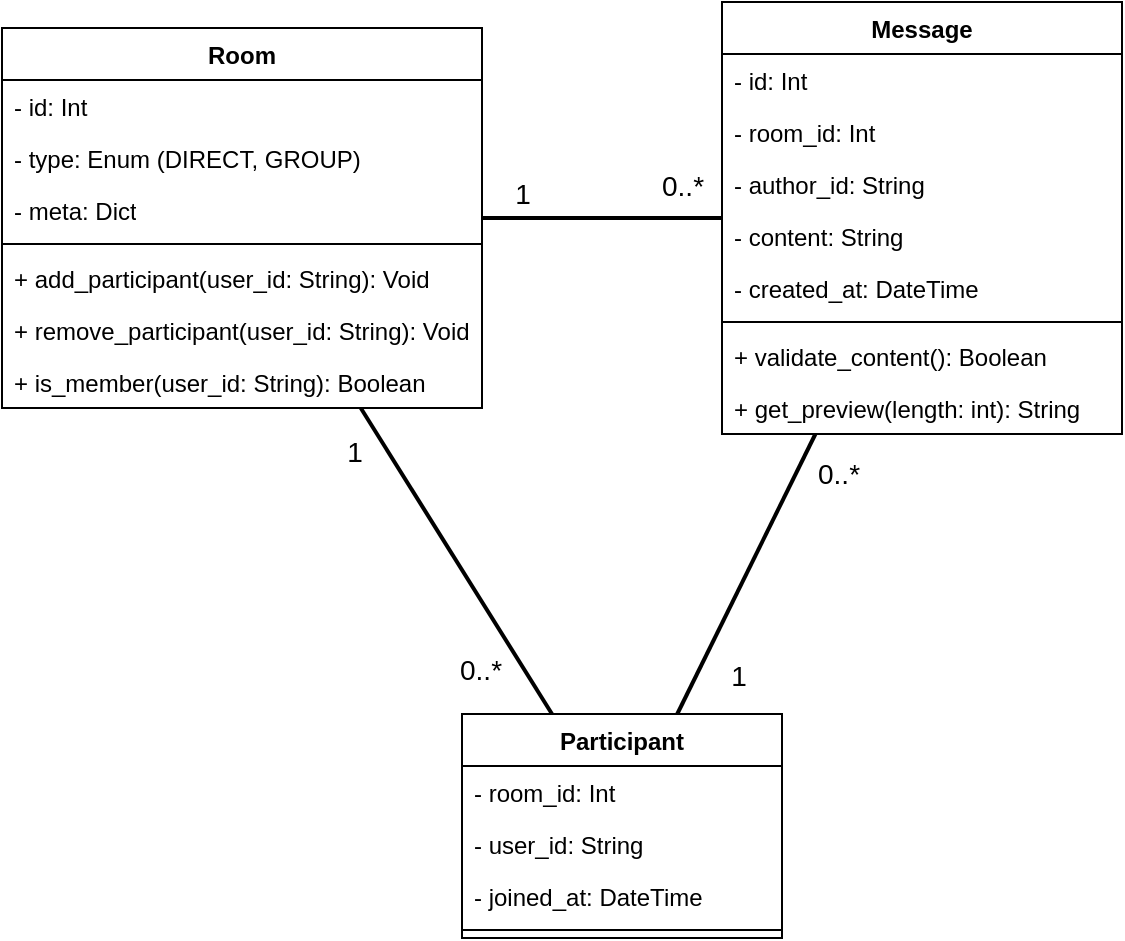
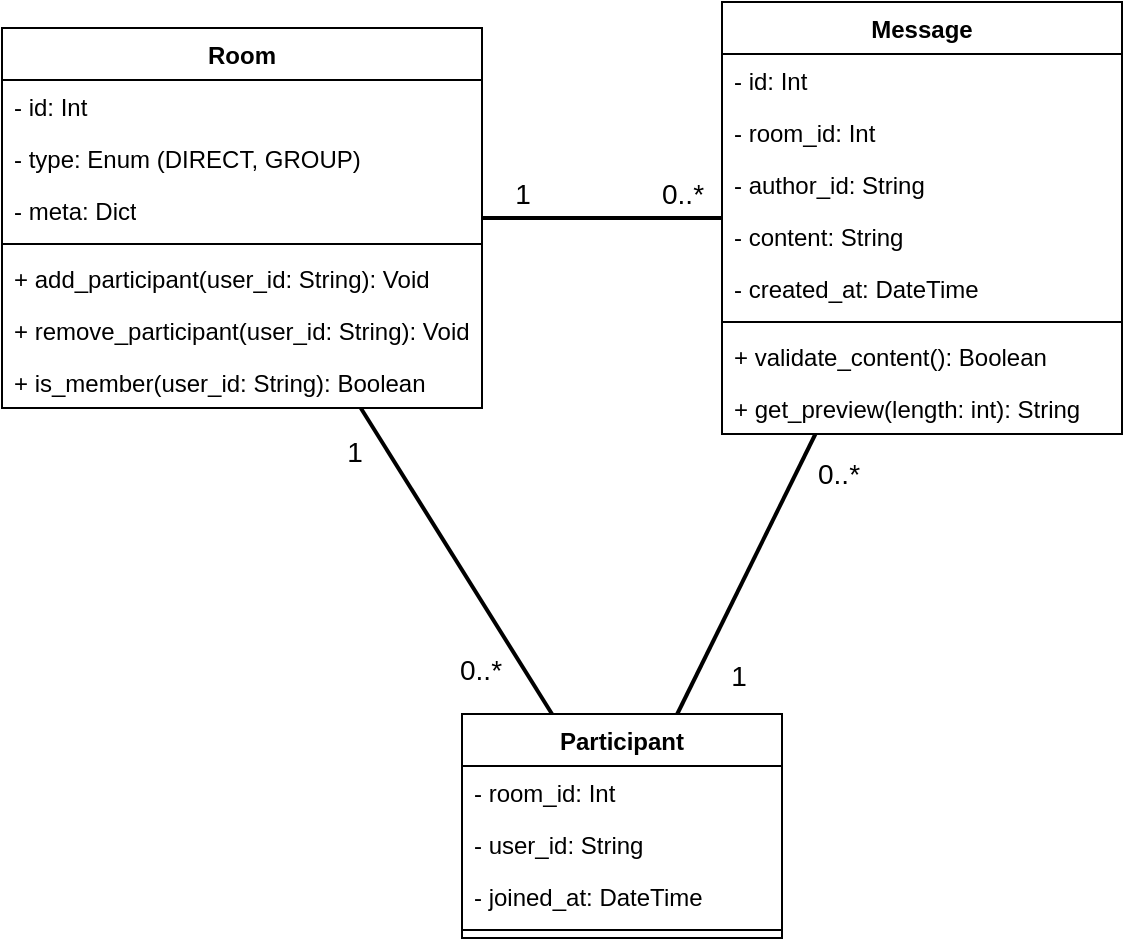
<mxfile host="app.diagrams.net">
  <diagram name="Страница-1" id="v-8ZpGm3nHZSMEocTNi6">
    <mxGraphModel dx="1238" dy="867" grid="1" gridSize="10" guides="1" tooltips="1" connect="1" arrows="1" fold="1" page="1" pageScale="1" pageWidth="827" pageHeight="1169" math="0" shadow="0">
      <root>
        <mxCell id="0" />
        <mxCell id="1" parent="0" />
        <mxCell id="JU-rbmONQTexaCJ6_XQ9-1" parent="1" style="swimlane;fontStyle=1;align=center;verticalAlign=top;childLayout=stackLayout;horizontal=1;startSize=26;horizontalStack=0;resizeParent=1;resizeParentMax=0;resizeLast=0;collapsible=1;marginBottom=0;whiteSpace=wrap;html=1;" value="Message" vertex="1">
          <mxGeometry height="216" width="200" x="490" y="94" as="geometry" />
        </mxCell>
        <mxCell id="JU-rbmONQTexaCJ6_XQ9-15" parent="JU-rbmONQTexaCJ6_XQ9-1" style="text;strokeColor=none;fillColor=none;align=left;verticalAlign=top;spacingLeft=4;spacingRight=4;overflow=hidden;rotatable=0;points=[[0,0.5],[1,0.5]];portConstraint=eastwest;whiteSpace=wrap;html=1;" value="- id: Int" vertex="1">
          <mxGeometry height="26" width="200" y="26" as="geometry" />
        </mxCell>
        <mxCell id="JU-rbmONQTexaCJ6_XQ9-13" parent="JU-rbmONQTexaCJ6_XQ9-1" style="text;strokeColor=none;fillColor=none;align=left;verticalAlign=top;spacingLeft=4;spacingRight=4;overflow=hidden;rotatable=0;points=[[0,0.5],[1,0.5]];portConstraint=eastwest;whiteSpace=wrap;html=1;" value="- room_id: Int" vertex="1">
          <mxGeometry height="26" width="200" y="52" as="geometry" />
        </mxCell>
        <mxCell id="JU-rbmONQTexaCJ6_XQ9-2" parent="JU-rbmONQTexaCJ6_XQ9-1" style="text;strokeColor=none;fillColor=none;align=left;verticalAlign=top;spacingLeft=4;spacingRight=4;overflow=hidden;rotatable=0;points=[[0,0.5],[1,0.5]];portConstraint=eastwest;whiteSpace=wrap;html=1;" value="- author_id: String" vertex="1">
          <mxGeometry height="26" width="200" y="78" as="geometry" />
        </mxCell>
        <mxCell id="JU-rbmONQTexaCJ6_XQ9-16" parent="JU-rbmONQTexaCJ6_XQ9-1" style="text;strokeColor=none;fillColor=none;align=left;verticalAlign=top;spacingLeft=4;spacingRight=4;overflow=hidden;rotatable=0;points=[[0,0.5],[1,0.5]];portConstraint=eastwest;whiteSpace=wrap;html=1;" value="- content: String" vertex="1">
          <mxGeometry height="26" width="200" y="104" as="geometry" />
        </mxCell>
        <mxCell id="JU-rbmONQTexaCJ6_XQ9-18" parent="JU-rbmONQTexaCJ6_XQ9-1" style="text;strokeColor=none;fillColor=none;align=left;verticalAlign=top;spacingLeft=4;spacingRight=4;overflow=hidden;rotatable=0;points=[[0,0.5],[1,0.5]];portConstraint=eastwest;whiteSpace=wrap;html=1;" value="- created_at: DateTime" vertex="1">
          <mxGeometry height="26" width="200" y="130" as="geometry" />
        </mxCell>
        <mxCell id="JU-rbmONQTexaCJ6_XQ9-3" parent="JU-rbmONQTexaCJ6_XQ9-1" style="line;strokeWidth=1;fillColor=none;align=left;verticalAlign=middle;spacingTop=-1;spacingLeft=3;spacingRight=3;rotatable=0;labelPosition=right;points=[];portConstraint=eastwest;strokeColor=inherit;" value="" vertex="1">
          <mxGeometry height="8" width="200" y="156" as="geometry" />
        </mxCell>
        <mxCell id="JU-rbmONQTexaCJ6_XQ9-4" parent="JU-rbmONQTexaCJ6_XQ9-1" style="text;strokeColor=none;fillColor=none;align=left;verticalAlign=top;spacingLeft=4;spacingRight=4;overflow=hidden;rotatable=0;points=[[0,0.5],[1,0.5]];portConstraint=eastwest;whiteSpace=wrap;html=1;" value="+ validate_content(): Boolean" vertex="1">
          <mxGeometry height="26" width="200" y="164" as="geometry" />
        </mxCell>
        <mxCell id="JU-rbmONQTexaCJ6_XQ9-19" parent="JU-rbmONQTexaCJ6_XQ9-1" style="text;strokeColor=none;fillColor=none;align=left;verticalAlign=top;spacingLeft=4;spacingRight=4;overflow=hidden;rotatable=0;points=[[0,0.5],[1,0.5]];portConstraint=eastwest;whiteSpace=wrap;html=1;" value="&lt;div&gt;&lt;span style=&quot;background-color: transparent; color: light-dark(rgb(0, 0, 0), rgb(255, 255, 255));&quot;&gt;+ get_preview(length: int): String&lt;/span&gt;&lt;/div&gt;" vertex="1">
          <mxGeometry height="26" width="200" y="190" as="geometry" />
        </mxCell>
        <mxCell id="JU-rbmONQTexaCJ6_XQ9-5" parent="1" style="swimlane;fontStyle=1;align=center;verticalAlign=top;childLayout=stackLayout;horizontal=1;startSize=26;horizontalStack=0;resizeParent=1;resizeParentMax=0;resizeLast=0;collapsible=1;marginBottom=0;whiteSpace=wrap;html=1;" value="Room" vertex="1">
          <mxGeometry height="190" width="240" x="130" y="107" as="geometry" />
        </mxCell>
        <mxCell id="JU-rbmONQTexaCJ6_XQ9-20" parent="JU-rbmONQTexaCJ6_XQ9-5" style="text;strokeColor=none;fillColor=none;align=left;verticalAlign=top;spacingLeft=4;spacingRight=4;overflow=hidden;rotatable=0;points=[[0,0.5],[1,0.5]];portConstraint=eastwest;whiteSpace=wrap;html=1;" value="- id: Int" vertex="1">
          <mxGeometry height="26" width="240" y="26" as="geometry" />
        </mxCell>
        <mxCell id="JU-rbmONQTexaCJ6_XQ9-6" parent="JU-rbmONQTexaCJ6_XQ9-5" style="text;strokeColor=none;fillColor=none;align=left;verticalAlign=top;spacingLeft=4;spacingRight=4;overflow=hidden;rotatable=0;points=[[0,0.5],[1,0.5]];portConstraint=eastwest;whiteSpace=wrap;html=1;" value="&lt;div&gt;&lt;span style=&quot;background-color: transparent; color: light-dark(rgb(0, 0, 0), rgb(255, 255, 255));&quot;&gt;- type: Enum (DIRECT, GROUP)&lt;/span&gt;&lt;/div&gt;&lt;div&gt;&lt;br&gt;&lt;/div&gt;" vertex="1">
          <mxGeometry height="26" width="240" y="52" as="geometry" />
        </mxCell>
        <mxCell id="JU-rbmONQTexaCJ6_XQ9-21" parent="JU-rbmONQTexaCJ6_XQ9-5" style="text;strokeColor=none;fillColor=none;align=left;verticalAlign=top;spacingLeft=4;spacingRight=4;overflow=hidden;rotatable=0;points=[[0,0.5],[1,0.5]];portConstraint=eastwest;whiteSpace=wrap;html=1;" value="&lt;div&gt;&lt;span style=&quot;background-color: transparent; color: light-dark(rgb(0, 0, 0), rgb(255, 255, 255));&quot;&gt;- meta: Dict&lt;/span&gt;&lt;/div&gt;" vertex="1">
          <mxGeometry height="26" width="240" y="78" as="geometry" />
        </mxCell>
        <mxCell id="JU-rbmONQTexaCJ6_XQ9-7" parent="JU-rbmONQTexaCJ6_XQ9-5" style="line;strokeWidth=1;fillColor=none;align=left;verticalAlign=middle;spacingTop=-1;spacingLeft=3;spacingRight=3;rotatable=0;labelPosition=right;points=[];portConstraint=eastwest;strokeColor=inherit;" value="" vertex="1">
          <mxGeometry height="8" width="240" y="104" as="geometry" />
        </mxCell>
        <mxCell id="JU-rbmONQTexaCJ6_XQ9-8" parent="JU-rbmONQTexaCJ6_XQ9-5" style="text;strokeColor=none;fillColor=none;align=left;verticalAlign=top;spacingLeft=4;spacingRight=4;overflow=hidden;rotatable=0;points=[[0,0.5],[1,0.5]];portConstraint=eastwest;whiteSpace=wrap;html=1;" value="+ add_participant(user_id: String): Void" vertex="1">
          <mxGeometry height="26" width="240" y="112" as="geometry" />
        </mxCell>
        <mxCell id="JU-rbmONQTexaCJ6_XQ9-22" parent="JU-rbmONQTexaCJ6_XQ9-5" style="text;strokeColor=none;fillColor=none;align=left;verticalAlign=top;spacingLeft=4;spacingRight=4;overflow=hidden;rotatable=0;points=[[0,0.5],[1,0.5]];portConstraint=eastwest;whiteSpace=wrap;html=1;" value="&lt;div&gt;&lt;span style=&quot;background-color: transparent; color: light-dark(rgb(0, 0, 0), rgb(255, 255, 255));&quot;&gt;+ remove_participant(user_id: String): Void&lt;/span&gt;&lt;/div&gt;" vertex="1">
          <mxGeometry height="26" width="240" y="138" as="geometry" />
        </mxCell>
        <mxCell id="JU-rbmONQTexaCJ6_XQ9-23" parent="JU-rbmONQTexaCJ6_XQ9-5" style="text;strokeColor=none;fillColor=none;align=left;verticalAlign=top;spacingLeft=4;spacingRight=4;overflow=hidden;rotatable=0;points=[[0,0.5],[1,0.5]];portConstraint=eastwest;whiteSpace=wrap;html=1;" value="&lt;div&gt;&lt;span style=&quot;background-color: transparent; color: light-dark(rgb(0, 0, 0), rgb(255, 255, 255));&quot;&gt;+ is_member(user_id: String): Boolean&lt;/span&gt;&lt;/div&gt;" vertex="1">
          <mxGeometry height="26" width="240" y="164" as="geometry" />
        </mxCell>
        <mxCell id="JU-rbmONQTexaCJ6_XQ9-9" parent="1" style="swimlane;fontStyle=1;align=center;verticalAlign=top;childLayout=stackLayout;horizontal=1;startSize=26;horizontalStack=0;resizeParent=1;resizeParentMax=0;resizeLast=0;collapsible=1;marginBottom=0;whiteSpace=wrap;html=1;" value="Participant" vertex="1">
          <mxGeometry height="112" width="160" x="360" y="450" as="geometry" />
        </mxCell>
        <mxCell id="JU-rbmONQTexaCJ6_XQ9-10" parent="JU-rbmONQTexaCJ6_XQ9-9" style="text;strokeColor=none;fillColor=none;align=left;verticalAlign=top;spacingLeft=4;spacingRight=4;overflow=hidden;rotatable=0;points=[[0,0.5],[1,0.5]];portConstraint=eastwest;whiteSpace=wrap;html=1;" value="- room_id: Int" vertex="1">
          <mxGeometry height="26" width="160" y="26" as="geometry" />
        </mxCell>
        <mxCell id="JU-rbmONQTexaCJ6_XQ9-24" parent="JU-rbmONQTexaCJ6_XQ9-9" style="text;strokeColor=none;fillColor=none;align=left;verticalAlign=top;spacingLeft=4;spacingRight=4;overflow=hidden;rotatable=0;points=[[0,0.5],[1,0.5]];portConstraint=eastwest;whiteSpace=wrap;html=1;" value="- user_id: String" vertex="1">
          <mxGeometry height="26" width="160" y="52" as="geometry" />
        </mxCell>
        <mxCell id="JU-rbmONQTexaCJ6_XQ9-25" parent="JU-rbmONQTexaCJ6_XQ9-9" style="text;strokeColor=none;fillColor=none;align=left;verticalAlign=top;spacingLeft=4;spacingRight=4;overflow=hidden;rotatable=0;points=[[0,0.5],[1,0.5]];portConstraint=eastwest;whiteSpace=wrap;html=1;" value="- joined_at: DateTime" vertex="1">
          <mxGeometry height="26" width="160" y="78" as="geometry" />
        </mxCell>
        <mxCell id="JU-rbmONQTexaCJ6_XQ9-11" parent="JU-rbmONQTexaCJ6_XQ9-9" style="line;strokeWidth=1;fillColor=none;align=left;verticalAlign=middle;spacingTop=-1;spacingLeft=3;spacingRight=3;rotatable=0;labelPosition=right;points=[];portConstraint=eastwest;strokeColor=inherit;" value="" vertex="1">
          <mxGeometry height="8" width="160" y="104" as="geometry" />
        </mxCell>
        <mxCell id="JU-rbmONQTexaCJ6_XQ9-26" edge="1" parent="1" source="JU-rbmONQTexaCJ6_XQ9-5" style="endArrow=none;html=1;rounded=0;strokeWidth=2;" target="JU-rbmONQTexaCJ6_XQ9-1" value="">
          <mxGeometry height="50" relative="1" width="50" as="geometry">
            <mxPoint x="450" y="400" as="sourcePoint" />
            <mxPoint x="500" y="350" as="targetPoint" />
          </mxGeometry>
        </mxCell>
        <mxCell id="JU-rbmONQTexaCJ6_XQ9-28" connectable="0" parent="JU-rbmONQTexaCJ6_XQ9-26" style="edgeLabel;html=1;align=center;verticalAlign=middle;resizable=0;points=[];" value="&lt;font style=&quot;font-size: 14px;&quot;&gt;1&lt;/font&gt;" vertex="1">
          <mxGeometry relative="1" x="-0.6497" as="geometry">
            <mxPoint x="-1" y="-12" as="offset" />
          </mxGeometry>
        </mxCell>
        <mxCell id="JU-rbmONQTexaCJ6_XQ9-29" connectable="0" parent="JU-rbmONQTexaCJ6_XQ9-26" style="edgeLabel;html=1;align=center;verticalAlign=middle;resizable=0;points=[];" value="&lt;font style=&quot;font-size: 14px;&quot;&gt;0..*&lt;/font&gt;" vertex="1">
          <mxGeometry relative="1" x="0.7523" y="-1" as="geometry">
-             <mxPoint x="-5" y="-17" as="offset" />
+             <mxPoint x="-5" y="-13" as="offset" />
          </mxGeometry>
        </mxCell>
        <mxCell id="JU-rbmONQTexaCJ6_XQ9-30" edge="1" parent="1" source="JU-rbmONQTexaCJ6_XQ9-5" style="endArrow=none;html=1;rounded=0;strokeWidth=2;" target="JU-rbmONQTexaCJ6_XQ9-9" value="">
          <mxGeometry height="50" relative="1" width="50" as="geometry">
            <mxPoint x="350" y="354" as="sourcePoint" />
            <mxPoint x="470" y="350" as="targetPoint" />
          </mxGeometry>
        </mxCell>
        <mxCell id="JU-rbmONQTexaCJ6_XQ9-31" connectable="0" parent="JU-rbmONQTexaCJ6_XQ9-30" style="edgeLabel;html=1;align=center;verticalAlign=middle;resizable=0;points=[];" value="&lt;font style=&quot;font-size: 14px;&quot;&gt;1&lt;/font&gt;" vertex="1">
          <mxGeometry relative="1" x="-0.6497" as="geometry">
            <mxPoint x="-20" y="-5" as="offset" />
          </mxGeometry>
        </mxCell>
        <mxCell id="JU-rbmONQTexaCJ6_XQ9-32" connectable="0" parent="JU-rbmONQTexaCJ6_XQ9-30" style="edgeLabel;html=1;align=center;verticalAlign=middle;resizable=0;points=[];" value="&lt;font style=&quot;font-size: 14px;&quot;&gt;0..*&lt;/font&gt;" vertex="1">
          <mxGeometry relative="1" x="0.7523" y="-1" as="geometry">
            <mxPoint x="-24" y="-4" as="offset" />
          </mxGeometry>
        </mxCell>
        <mxCell id="JU-rbmONQTexaCJ6_XQ9-33" edge="1" parent="1" source="JU-rbmONQTexaCJ6_XQ9-9" style="endArrow=none;html=1;rounded=0;strokeWidth=2;" target="JU-rbmONQTexaCJ6_XQ9-1" value="">
          <mxGeometry height="50" relative="1" width="50" as="geometry">
            <mxPoint x="332" y="320" as="sourcePoint" />
            <mxPoint x="438" y="460" as="targetPoint" />
          </mxGeometry>
        </mxCell>
        <mxCell id="JU-rbmONQTexaCJ6_XQ9-34" connectable="0" parent="JU-rbmONQTexaCJ6_XQ9-33" style="edgeLabel;html=1;align=center;verticalAlign=middle;resizable=0;points=[];" value="&lt;font style=&quot;font-size: 14px;&quot;&gt;1&lt;/font&gt;" vertex="1">
          <mxGeometry relative="1" x="-0.6497" as="geometry">
            <mxPoint x="18" y="5" as="offset" />
          </mxGeometry>
        </mxCell>
        <mxCell id="JU-rbmONQTexaCJ6_XQ9-35" connectable="0" parent="JU-rbmONQTexaCJ6_XQ9-33" style="edgeLabel;html=1;align=center;verticalAlign=middle;resizable=0;points=[];" value="&lt;font style=&quot;font-size: 14px;&quot;&gt;0..*&lt;/font&gt;" vertex="1">
          <mxGeometry relative="1" x="0.7523" y="-1" as="geometry">
            <mxPoint x="19" y="2" as="offset" />
          </mxGeometry>
        </mxCell>
      </root>
    </mxGraphModel>
  </diagram>
</mxfile>
